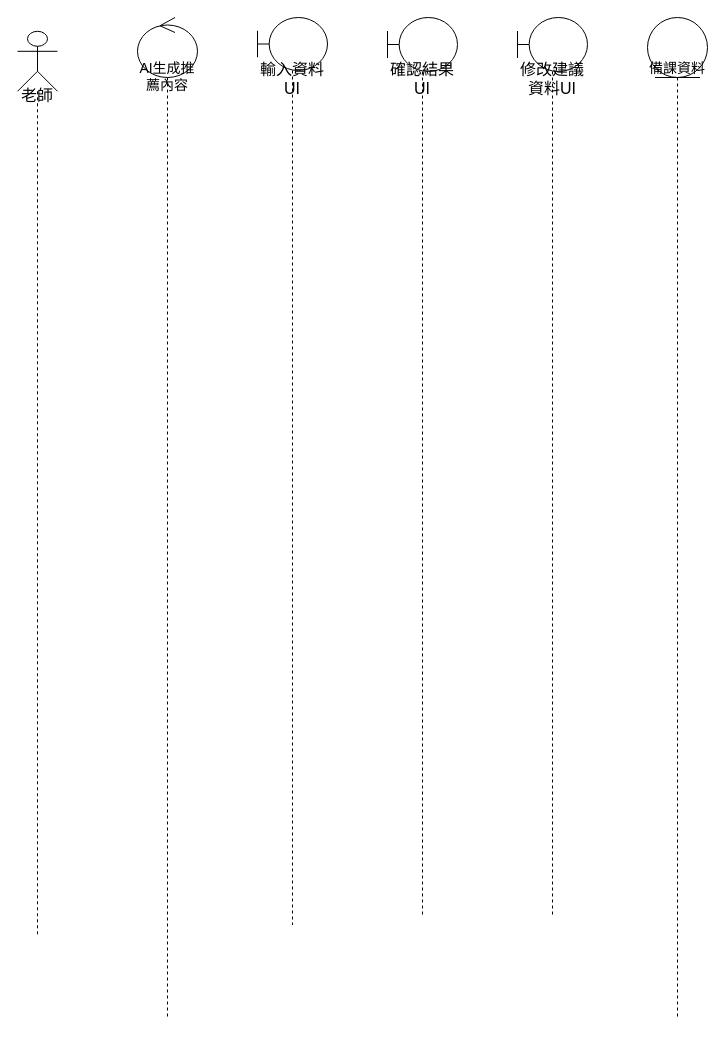
Kevincheng0804/System-analysis keeps this draw.io diagram as 修改建議資料循序圖.drawio. Above is the earlier version. Source tidied: cells renumbered, new cells numbered last; positions are measured from the earlier drawing's top-left corner, leaving out a move shared by most shapes. Both pictures are drawn from the tidied source at 100%, with x=0, y=0 at pixel (17, 17).
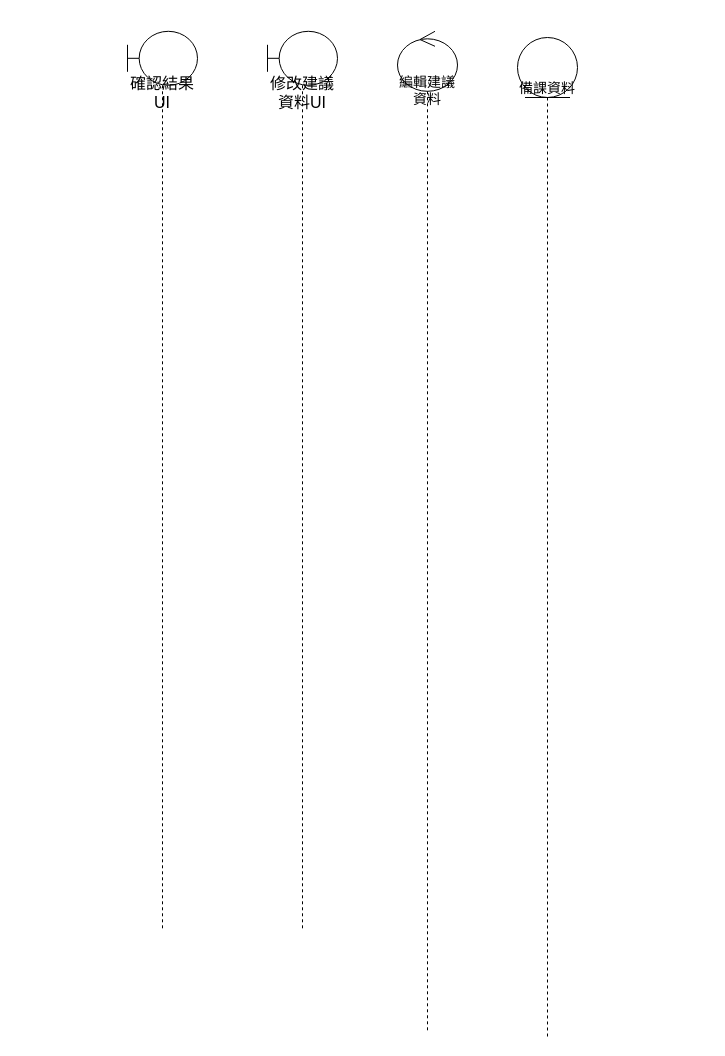
The same page after the edit.

What changed in the source:
```diff
@@
 <mxGraphModel>
   <root>
     <mxCell id="0" />
     <mxCell id="1" parent="0" />
-    <mxCell id="2" value="&lt;p&gt;&lt;font style=&quot;font-size: 16px;&quot;&gt;老師&lt;/font&gt;&lt;/p&gt;" style="shape=umlLifeline;participant=umlActor;perimeter=lifelinePerimeter;whiteSpace=wrap;html=1;verticalAlign=top;spacingTop=36;size=60;align=center;" parent="1" vertex="1">
-      <mxGeometry y="13.8" width="40" height="905" as="geometry" />
-    </mxCell>
-    <mxCell id="3" value="輸入資料UI" style="shape=umlLifeline;participant=umlBoundary;perimeter=lifelinePerimeter;whiteSpace=wrap;html=1;verticalAlign=top;spacingTop=36;fontSize=16;size=53;" parent="1" vertex="1">
-      <mxGeometry x="240" width="70" height="907.5" as="geometry" />
-    </mxCell>
     <mxCell id="4" value="修改建議資料UI" style="shape=umlLifeline;participant=umlBoundary;perimeter=lifelinePerimeter;whiteSpace=wrap;html=1;verticalAlign=top;spacingTop=36;fontSize=16;size=54;" parent="1" vertex="1">
-      <mxGeometry x="500" width="70" height="900" as="geometry" />
+      <mxGeometry x="250" y="13.8" width="70" height="900" as="geometry" />
     </mxCell>
     <mxCell id="5" value="備課資料" style="shape=umlLifeline;participant=umlEntity;perimeter=lifelinePerimeter;whiteSpace=wrap;html=1;verticalAlign=top;spacingTop=36;fontSize=14;size=60;" parent="1" vertex="1">
-      <mxGeometry x="630" width="60" height="1000" as="geometry" />
+      <mxGeometry x="500" y="20" width="60" height="1000" as="geometry" />
     </mxCell>
-    <mxCell id="6" value="AI生成推薦內容" style="shape=umlLifeline;participant=umlControl;perimeter=lifelinePerimeter;whiteSpace=wrap;html=1;verticalAlign=top;spacingTop=36;fontSize=14;size=60;align=center;" parent="1" vertex="1">
-      <mxGeometry x="120" width="60" height="1000" as="geometry" />
+    <mxCell id="6" value="編輯建議資料" style="shape=umlLifeline;participant=umlControl;perimeter=lifelinePerimeter;whiteSpace=wrap;html=1;verticalAlign=top;spacingTop=36;fontSize=14;size=60;align=center;" parent="1" vertex="1">
+      <mxGeometry x="380" y="13.8" width="60" height="1000" as="geometry" />
     </mxCell>
     <mxCell id="7" value="確認結果UI" style="shape=umlLifeline;participant=umlBoundary;perimeter=lifelinePerimeter;whiteSpace=wrap;html=1;verticalAlign=top;spacingTop=36;fontSize=16;size=54;" parent="1" vertex="1">
-      <mxGeometry x="370" width="70" height="900" as="geometry" />
+      <mxGeometry x="110" y="13.8" width="70" height="900" as="geometry" />
     </mxCell>
   </root>
 </mxGraphModel>
```
